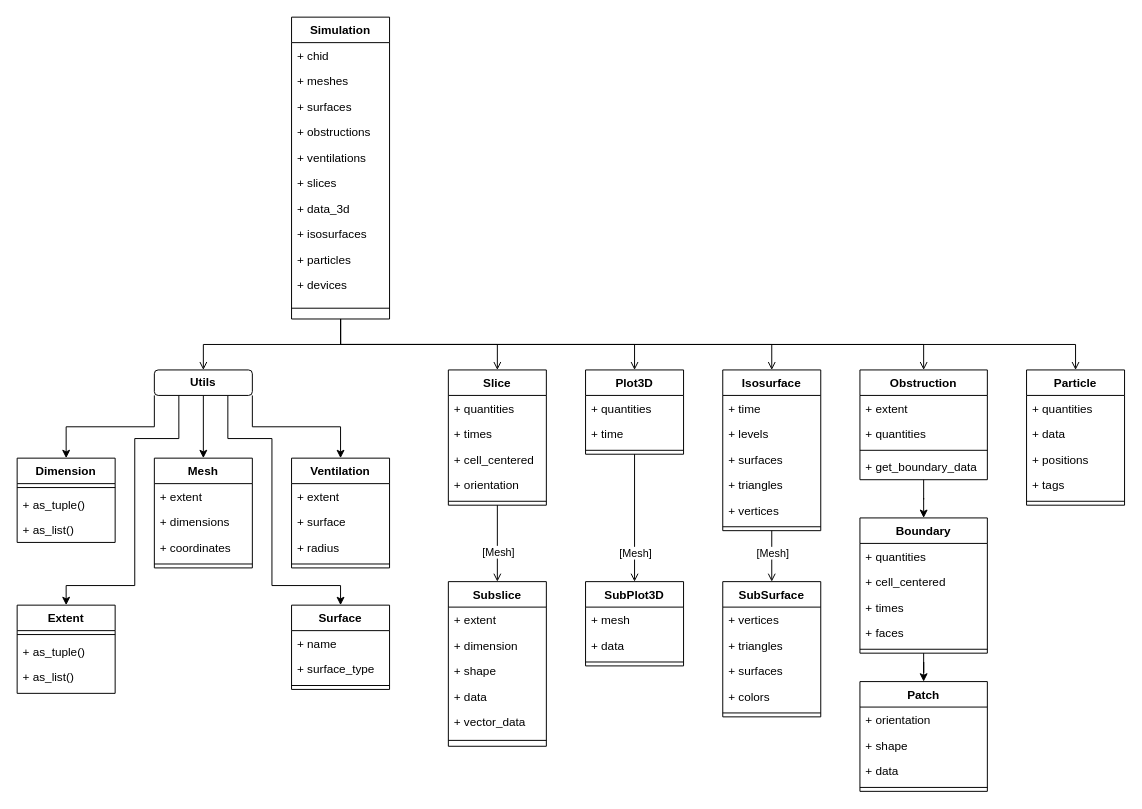
Earlier version of the draw.io diagram docs/img/data-structure.drawio (FireDynamics/fdsreader). Source tidied: cells renumbered, new cells numbered last; positions are measured from the earlier drawing's top-left corner, leaving out a move shared by most shapes. Both pictures are drawn from the tidied source at 98%, with x=0, y=0 at pixel (17, 17).
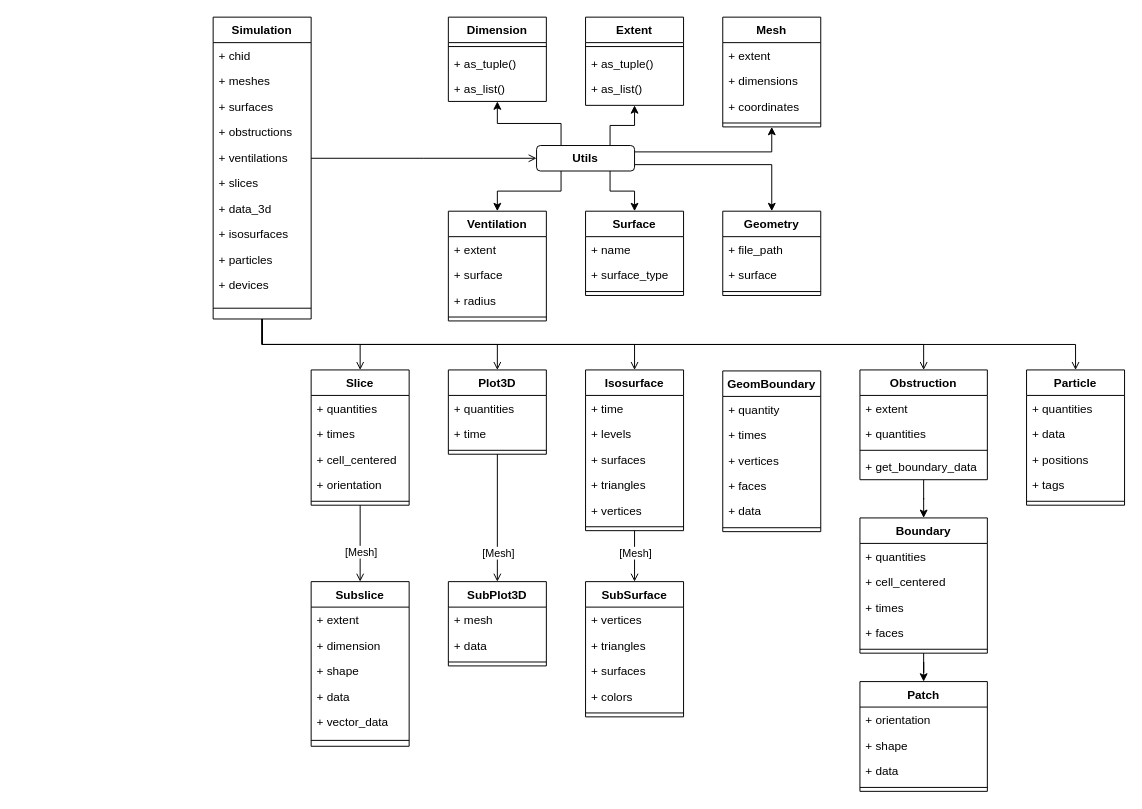
Above is the later version.

Diff of the diagram source:
```diff
@@
     <mxCell id="7" value="Simulation" style="swimlane;fontStyle=1;align=center;verticalAlign=top;horizontal=1;startSize=26;rounded=0;shadow=0;strokeWidth=1;" parent="1" vertex="1">
-      <mxGeometry x="280" width="100" height="308" as="geometry" />
+      <mxGeometry x="200" width="100" height="308" as="geometry" />
     </mxCell>
@@
     <mxCell id="19" value="Dimension" style="swimlane;fontStyle=1;align=center;verticalAlign=top;horizontal=1;startSize=26;rounded=0;shadow=0;strokeWidth=1;" parent="1" vertex="1">
-      <mxGeometry y="450" width="100" height="86" as="geometry" />
+      <mxGeometry x="440" width="100" height="86" as="geometry" />
     </mxCell>
@@
     <mxCell id="23" value="Mesh" style="swimlane;fontStyle=1;align=center;verticalAlign=top;horizontal=1;startSize=26;rounded=0;shadow=0;strokeWidth=1;" parent="1" vertex="1">
-      <mxGeometry x="140" y="450" width="100" height="112" as="geometry" />
+      <mxGeometry x="720" width="100" height="112" as="geometry" />
     </mxCell>
@@
-    <mxCell id="28" style="endArrow=none;endSize=10;endFill=0;shadow=0;strokeWidth=1;rounded=0;edgeStyle=elbowEdgeStyle;elbow=vertical;startArrow=open;startFill=0;exitX=0.5;exitY=0;exitDx=0;exitDy=0;" parent="1" edge="1" source="98" target="7">
+    <mxCell id="28" style="endArrow=none;endSize=10;endFill=0;shadow=0;strokeWidth=1;rounded=0;edgeStyle=elbowEdgeStyle;elbow=vertical;startArrow=open;startFill=0;exitX=0;exitY=0.5;exitDx=0;exitDy=0;" parent="1" edge="1" source="98" target="7">
       <mxGeometry relative="1" as="geometry" />
     </mxCell>
     <mxCell id="29" value="Ventilation" style="swimlane;fontStyle=1;align=center;verticalAlign=top;horizontal=1;startSize=26;rounded=0;shadow=0;strokeWidth=1;" parent="1" vertex="1">
-      <mxGeometry x="280" y="450" width="100" height="112" as="geometry" />
+      <mxGeometry x="440" y="198" width="100" height="112" as="geometry" />
     </mxCell>
@@
     <mxCell id="42" value="Plot3D" style="swimlane;fontStyle=1;align=center;verticalAlign=top;horizontal=1;startSize=26;rounded=0;shadow=0;strokeWidth=1;" parent="1" vertex="1">
-      <mxGeometry x="580" y="360" width="100" height="86" as="geometry" />
+      <mxGeometry x="440" y="360" width="100" height="86" as="geometry" />
     </mxCell>
@@
     <mxCell id="46" value="SubPlot3D" style="swimlane;fontStyle=1;align=center;verticalAlign=top;horizontal=1;startSize=26;rounded=0;shadow=0;strokeWidth=1;" parent="1" vertex="1">
-      <mxGeometry x="580" y="576" width="100" height="86" as="geometry" />
+      <mxGeometry x="440" y="576" width="100" height="86" as="geometry" />
     </mxCell>
@@
     <mxCell id="52" value="Slice" style="swimlane;fontStyle=1;align=center;verticalAlign=top;horizontal=1;startSize=26;rounded=0;shadow=0;strokeWidth=1;" parent="1" vertex="1">
-      <mxGeometry x="440" y="360" width="100" height="138" as="geometry" />
+      <mxGeometry x="300" y="360" width="100" height="138" as="geometry" />
     </mxCell>
@@
     <mxCell id="58" value="Subslice" style="swimlane;fontStyle=1;align=center;verticalAlign=top;horizontal=1;startSize=26;rounded=0;shadow=0;strokeWidth=1;" parent="1" vertex="1">
-      <mxGeometry x="440" y="576" width="100" height="168" as="geometry" />
+      <mxGeometry x="300" y="576" width="100" height="168" as="geometry" />
     </mxCell>
@@
     <mxCell id="67" value="Isosurface" style="swimlane;fontStyle=1;align=center;verticalAlign=top;horizontal=1;startSize=26;rounded=0;shadow=0;strokeWidth=1;" parent="1" vertex="1">
-      <mxGeometry x="720" y="360" width="100" height="164" as="geometry" />
+      <mxGeometry x="580" y="360" width="100" height="164" as="geometry" />
     </mxCell>
@@
     <mxCell id="74" value="SubSurface" style="swimlane;fontStyle=1;align=center;verticalAlign=top;horizontal=1;startSize=26;rounded=0;shadow=0;strokeWidth=1;" parent="1" vertex="1">
-      <mxGeometry x="720" y="576" width="100" height="138" as="geometry" />
+      <mxGeometry x="580" y="576" width="100" height="138" as="geometry" />
     </mxCell>
@@
-    <mxCell id="93" style="edgeStyle=orthogonalEdgeStyle;rounded=0;jettySize=auto;html=1;exitX=0.5;exitY=1;exitDx=0;exitDy=0;entryX=0.5;entryY=0;entryDx=0;entryDy=0;" parent="1" edge="1" source="98" target="23">
+    <mxCell id="93" style="edgeStyle=orthogonalEdgeStyle;rounded=0;jettySize=auto;html=1;exitX=1;exitY=0.25;exitDx=0;exitDy=0;entryX=0.5;entryY=1;entryDx=0;entryDy=0;" parent="1" edge="1" source="98" target="23">
       <mxGeometry relative="1" as="geometry" />
     </mxCell>
-    <mxCell id="94" style="edgeStyle=orthogonalEdgeStyle;rounded=0;jettySize=auto;html=1;exitX=0;exitY=1;exitDx=0;exitDy=0;entryX=0.5;entryY=0;entryDx=0;entryDy=0;" parent="1" edge="1" source="98" target="19">
+    <mxCell id="94" style="edgeStyle=orthogonalEdgeStyle;rounded=0;jettySize=auto;html=1;exitX=0.25;exitY=0;exitDx=0;exitDy=0;entryX=0.5;entryY=1;entryDx=0;entryDy=0;" parent="1" edge="1" source="98" target="19">
       <mxGeometry relative="1" as="geometry" />
     </mxCell>
+    <mxCell id="96" style="edgeStyle=orthogonalEdgeStyle;rounded=0;jettySize=auto;html=1;exitX=0.75;exitY=0;exitDx=0;exitDy=0;entryX=0.5;entryY=1;entryDx=0;entryDy=0;" parent="1" edge="1" source="98" target="99">
+      <mxGeometry relative="1" as="geometry" />
+    </mxCell>
+    <mxCell id="112" style="edgeStyle=orthogonalEdgeStyle;rounded=0;jettySize=auto;html=1;exitX=1;exitY=0.75;exitDx=0;exitDy=0;entryX=0.5;entryY=0;entryDx=0;entryDy=0;" parent="1" edge="1" source="98" target="113">
+      <mxGeometry relative="1" as="geometry" />
+    </mxCell>
+    <mxCell id="97" style="edgeStyle=orthogonalEdgeStyle;rounded=0;jettySize=auto;html=1;exitX=0.75;exitY=1;exitDx=0;exitDy=0;entryX=0.5;entryY=0;entryDx=0;entryDy=0;" parent="1" edge="1" source="98" target="103">
+      <mxGeometry relative="1" as="geometry" />
+    </mxCell>
-    <mxCell id="95" style="edgeStyle=orthogonalEdgeStyle;rounded=0;jettySize=auto;html=1;exitX=1;exitY=1;exitDx=0;exitDy=0;entryX=0.5;entryY=0;entryDx=0;entryDy=0;" parent="1" edge="1" source="98" target="29">
+    <mxCell id="95" style="edgeStyle=orthogonalEdgeStyle;rounded=0;jettySize=auto;html=1;exitX=0.25;exitY=1;exitDx=0;exitDy=0;entryX=0.5;entryY=0;entryDx=0;entryDy=0;" parent="1" edge="1" source="98" target="29">
       <mxGeometry relative="1" as="geometry" />
     </mxCell>
-    <mxCell id="96" style="edgeStyle=orthogonalEdgeStyle;rounded=0;jettySize=auto;html=1;exitX=0.25;exitY=1;exitDx=0;exitDy=0;entryX=0.5;entryY=0;entryDx=0;entryDy=0;" parent="1" edge="1" source="98" target="99">
-      <mxGeometry relative="1" as="geometry">
-        <Array as="points">
-          <mxPoint x="165" y="430" />
-          <mxPoint x="120" y="430" />
-          <mxPoint x="120" y="580" />
-          <mxPoint x="50" y="580" />
-        </Array>
-      </mxGeometry>
-    </mxCell>
-    <mxCell id="97" style="edgeStyle=orthogonalEdgeStyle;rounded=0;jettySize=auto;html=1;exitX=0.75;exitY=1;exitDx=0;exitDy=0;entryX=0.5;entryY=0;entryDx=0;entryDy=0;" parent="1" edge="1" source="98" target="103">
-      <mxGeometry relative="1" as="geometry">
-        <Array as="points">
-          <mxPoint x="215" y="430" />
-          <mxPoint x="260" y="430" />
-          <mxPoint x="260" y="580" />
-          <mxPoint x="330" y="580" />
-        </Array>
-      </mxGeometry>
-    </mxCell>
     <mxCell id="98" value="&lt;b&gt;Utils&lt;/b&gt;" style="rounded=1;whiteSpace=wrap;html=1;" parent="1" vertex="1">
-      <mxGeometry x="140" y="360" width="100" height="26" as="geometry" />
+      <mxGeometry x="530" y="131" width="100" height="26" as="geometry" />
     </mxCell>
     <mxCell id="99" value="Extent" style="swimlane;fontStyle=1;align=center;verticalAlign=top;horizontal=1;startSize=26;rounded=0;shadow=0;strokeWidth=1;" parent="1" vertex="1">
-      <mxGeometry y="600" width="100" height="90" as="geometry" />
+      <mxGeometry x="580" width="100" height="90" as="geometry" />
     </mxCell>
@@
     <mxCell id="103" value="Surface" style="swimlane;fontStyle=1;align=center;verticalAlign=top;horizontal=1;startSize=26;rounded=0;shadow=0;strokeWidth=1;" parent="1" vertex="1">
-      <mxGeometry x="280" y="600" width="100" height="86" as="geometry" />
+      <mxGeometry x="580" y="198" width="100" height="86" as="geometry" />
     </mxCell>
@@
+    <mxCell id="113" value="Geometry" style="swimlane;fontStyle=1;align=center;verticalAlign=top;horizontal=1;startSize=26;rounded=0;shadow=0;strokeWidth=1;" parent="1" vertex="1">
+      <mxGeometry x="720" y="198" width="100" height="86" as="geometry" />
+    </mxCell>
+    <mxCell id="114" value="+ file_path" style="text;align=left;verticalAlign=top;spacingLeft=4;spacingRight=4;overflow=hidden;" parent="113" vertex="1">
+      <mxGeometry y="26" width="100" height="26" as="geometry" />
+    </mxCell>
+    <mxCell id="115" value="+ surface" style="text;align=left;verticalAlign=top;spacingLeft=4;spacingRight=4;overflow=hidden;" parent="113" vertex="1">
+      <mxGeometry y="52" width="100" height="26" as="geometry" />
+    </mxCell>
+    <mxCell id="116" style="line;html=1;strokeWidth=1;align=left;verticalAlign=middle;spacingTop=-1;spacingLeft=3;spacingRight=3;labelPosition=right;" parent="113" vertex="1">
+      <mxGeometry y="78" width="100" height="8" as="geometry" />
+    </mxCell>
+    <mxCell id="117" value="GeomBoundary" style="swimlane;fontStyle=1;align=center;verticalAlign=top;horizontal=1;startSize=26;rounded=0;shadow=0;strokeWidth=1;" parent="1" vertex="1">
+      <mxGeometry x="720" y="361" width="100" height="164" as="geometry" />
+    </mxCell>
+    <mxCell id="118" value="+ quantity" style="text;align=left;verticalAlign=top;spacingLeft=4;spacingRight=4;overflow=hidden;" parent="117" vertex="1">
+      <mxGeometry y="26" width="100" height="26" as="geometry" />
+    </mxCell>
+    <mxCell id="119" value="+ times" style="text;align=left;verticalAlign=top;spacingLeft=4;spacingRight=4;overflow=hidden;" parent="117" vertex="1">
+      <mxGeometry y="52" width="100" height="26" as="geometry" />
+    </mxCell>
+    <mxCell id="120" value="+ vertices" style="text;align=left;verticalAlign=top;spacingLeft=4;spacingRight=4;overflow=hidden;" parent="117" vertex="1">
+      <mxGeometry y="78" width="100" height="26" as="geometry" />
+    </mxCell>
+    <mxCell id="121" value="+ faces" style="text;align=left;verticalAlign=top;spacingLeft=4;spacingRight=4;overflow=hidden;" parent="117" vertex="1">
+      <mxGeometry y="104" width="100" height="26" as="geometry" />
+    </mxCell>
+    <mxCell id="122" value="+ data" style="text;align=left;verticalAlign=top;spacingLeft=4;spacingRight=4;overflow=hidden;" parent="117" vertex="1">
+      <mxGeometry y="130" width="100" height="26" as="geometry" />
+    </mxCell>
+    <mxCell id="123" style="line;html=1;strokeWidth=1;align=left;verticalAlign=middle;spacingTop=-1;spacingLeft=3;spacingRight=3;labelPosition=right;" parent="117" vertex="1">
+      <mxGeometry y="156" width="100" height="8" as="geometry" />
+    </mxCell>
```
